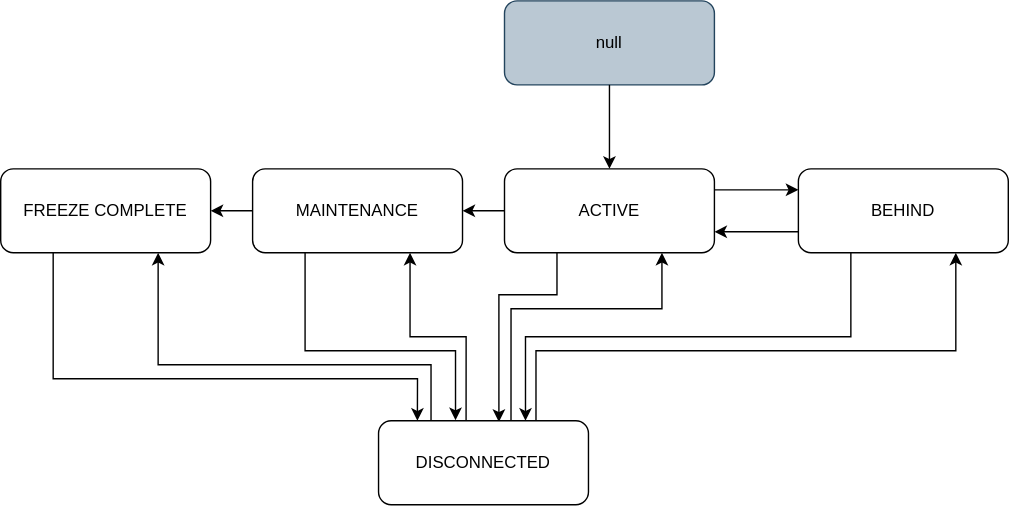
This is platform-sdk/docs/core/platform-status-transitions.svg from hashgraph/hedera-services, a draw.io export, as it was before one commit. Source tidied: cells renumbered, new cells last; positions are measured from the earlier drawing's top-left corner, leaving out a move shared by most shapes.
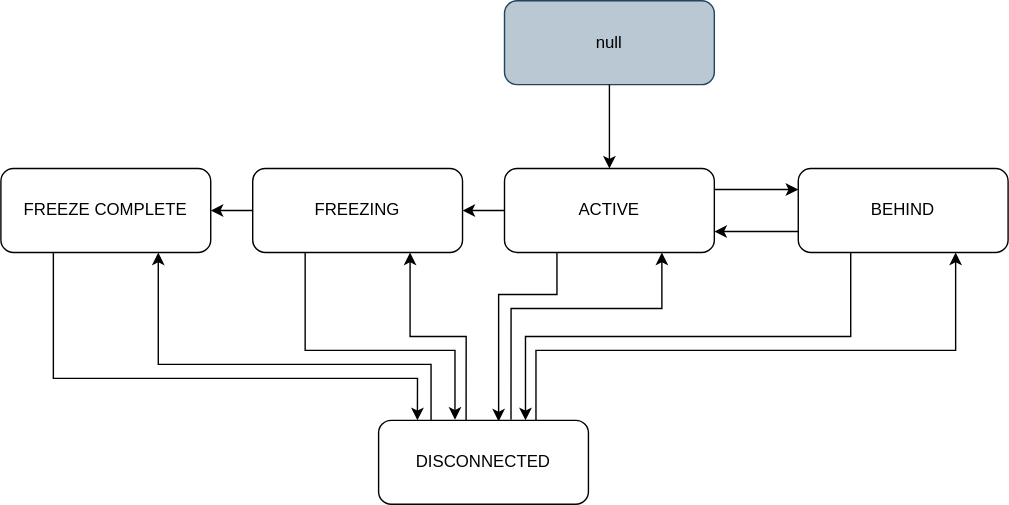
Above is the later version.

Commit message:
Update references to maintenance status

The edit, as a diff of the source:
```diff
@@ -76,7 +76,7 @@
         </Array>
       </mxGeometry>
     </mxCell>
-    <mxCell id="16" value="MAINTENANCE" style="rounded=1;whiteSpace=wrap;html=1;" parent="1" vertex="1">
+    <mxCell id="16" value="FREEZING" style="rounded=1;whiteSpace=wrap;html=1;" parent="1" vertex="1">
       <mxGeometry x="180" y="120" width="150" height="60" as="geometry" />
     </mxCell>
     <mxCell id="17" style="edgeStyle=orthogonalEdgeStyle;rounded=0;jettySize=auto;html=1;exitX=0.25;exitY=1;exitDx=0;exitDy=0;entryX=0.185;entryY=0;entryDx=0;entryDy=0;entryPerimeter=0;" parent="1" edge="1" source="18" target="10">
```
